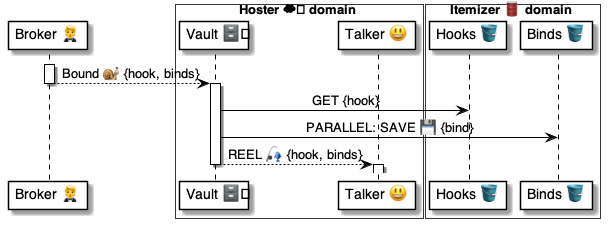
Earlier version of the PlantUML export 4 ⚙️ Solution/41 🎭 Domain Roles/Vaults 🗄️/🗄️🅰️ Vault methods/Bound 🤵🐌🗄️/🗄️ Bound ⚙️ uml.png (pollyweb-org/pollyweb-docs). Its source is kept beside it as 4 ⚙️ Solution/41 🎭 Domain Roles/Vaults 🗄️/🗄️🅰️ Vault methods/Bound 🤵🐌🗄️/🗄️ Bound ⚙️ uml.puml.
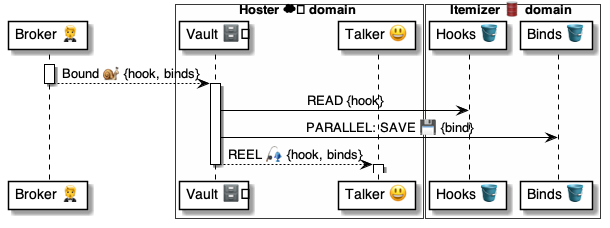
The same diagram one commit later.

Change to the diagram source:
```diff
@@ -17,7 +17,7 @@
 deactivate broker
 
 activate vault
-    vault -> hooks: GET {hook}
+    vault -> hooks: READ {hook}
     vault -> binds: PARALLEL: SAVE 💾 {bind}
     vault --> talker: REEL 🎣 {hook, binds}
 deactivate vault
```
